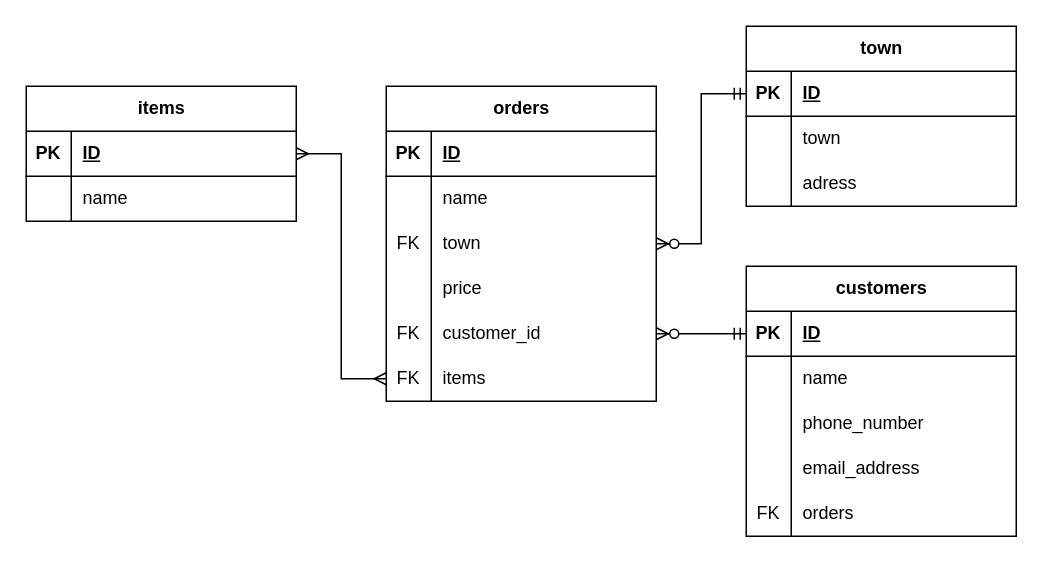
Above: Диаграмма для тестового задания.drawio in pytonuserouner/UML_study (draw.io), before the change. Source tidied: cells renumbered, new cells numbered last; positions are measured from the earlier drawing's top-left corner, leaving out a move shared by most shapes. Both pictures are drawn from the tidied source at 150%, with x=0, y=0 at pixel (26, 26).
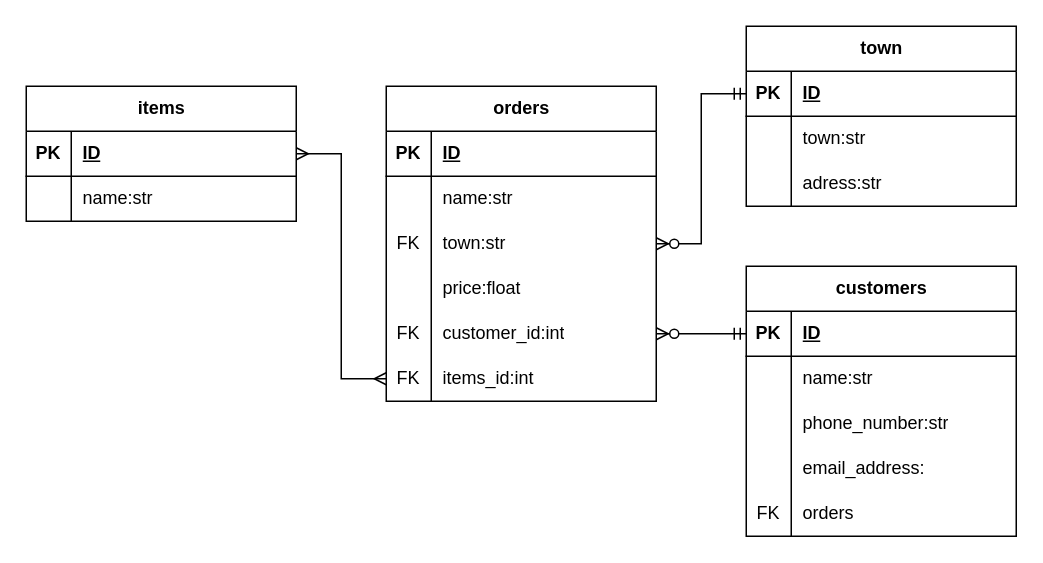
The same diagram, later.

Unchanged cells that the change refers to:
```xml
<mxCell id="7" style="shape=tableRow;horizontal=0;startSize=0;swimlaneHead=0;swimlaneBody=0;fillColor=none;top=0;left=0;right=0;bottom=0;" parent="3" vertex="1">
  <mxGeometry y="60" width="180" height="30" as="geometry" />
</mxCell>
<mxCell id="10" style="shape=tableRow;horizontal=0;startSize=0;swimlaneHead=0;swimlaneBody=0;fillColor=none;points=[[0,0.5],[1,0.5]];portConstraint=eastwest;top=0;left=0;right=0;bottom=0;" parent="3" vertex="1">
  <mxGeometry y="90" width="180" height="30" as="geometry" />
</mxCell>
<mxCell id="13" style="shape=tableRow;horizontal=0;startSize=0;swimlaneHead=0;swimlaneBody=0;fillColor=none;top=0;left=0;right=0;bottom=0;" parent="3" vertex="1">
  <mxGeometry y="120" width="180" height="30" as="geometry" />
</mxCell>
<mxCell id="16" style="shape=tableRow;horizontal=0;startSize=0;swimlaneHead=0;swimlaneBody=0;fillColor=none;points=[[0,0.5],[1,0.5]];portConstraint=eastwest;top=0;left=0;right=0;bottom=0;" parent="3" vertex="1">
  <mxGeometry y="150" width="180" height="30" as="geometry" />
</mxCell>
<mxCell id="19" style="shape=tableRow;horizontal=0;startSize=0;swimlaneHead=0;swimlaneBody=0;fillColor=none;points=[[0,0.5],[1,0.5]];portConstraint=eastwest;top=0;left=0;right=0;bottom=0;" parent="3" vertex="1">
  <mxGeometry y="180" width="180" height="30" as="geometry" />
</mxCell>
<mxCell id="26" style="shape=tableRow;horizontal=0;startSize=0;swimlaneHead=0;swimlaneBody=0;fillColor=none;top=0;left=0;right=0;bottom=0;" parent="22" vertex="1">
  <mxGeometry y="60" width="180" height="30" as="geometry" />
</mxCell>
<mxCell id="33" style="shape=tableRow;horizontal=0;startSize=0;swimlaneHead=0;swimlaneBody=0;fillColor=none;top=0;left=0;right=0;bottom=0;" parent="29" vertex="1">
  <mxGeometry y="60" width="180" height="30" as="geometry" />
</mxCell>
<mxCell id="36" style="shape=tableRow;horizontal=0;startSize=0;swimlaneHead=0;swimlaneBody=0;fillColor=none;top=0;left=0;right=0;bottom=0;" parent="29" vertex="1">
  <mxGeometry y="90" width="180" height="30" as="geometry" />
</mxCell>
<mxCell id="39" style="shape=tableRow;horizontal=0;startSize=0;swimlaneHead=0;swimlaneBody=0;fillColor=none;top=0;left=0;right=0;bottom=0;" parent="29" vertex="1">
  <mxGeometry y="120" width="180" height="30" as="geometry" />
</mxCell>
<mxCell id="49" style="shape=tableRow;horizontal=0;startSize=0;swimlaneHead=0;swimlaneBody=0;fillColor=none;top=0;left=0;right=0;bottom=0;" parent="45" vertex="1">
  <mxGeometry y="60" width="180" height="30" as="geometry" />
</mxCell>
<mxCell id="52" style="shape=tableRow;horizontal=0;startSize=0;swimlaneHead=0;swimlaneBody=0;fillColor=none;top=0;left=0;right=0;bottom=0;" parent="45" vertex="1">
  <mxGeometry y="90" width="180" height="30" as="geometry" />
</mxCell>
```

Change to the diagram source:
```diff
@@
-    <mxCell id="9" value="name" style="shape=partialRectangle;fillColor=none;top=0;left=0;bottom=0;right=0;align=left;spacingLeft=6;overflow=hidden;whiteSpace=wrap;html=1;" parent="7" vertex="1">
+    <mxCell id="9" value="name:str" style="shape=partialRectangle;fillColor=none;top=0;left=0;bottom=0;right=0;align=left;spacingLeft=6;overflow=hidden;whiteSpace=wrap;html=1;" parent="7" vertex="1">
       <mxGeometry x="30" width="150" height="30" as="geometry" />
     </mxCell>
@@
-    <mxCell id="12" value="town" style="shape=partialRectangle;fillColor=none;top=0;left=0;bottom=0;right=0;align=left;spacingLeft=6;overflow=hidden;whiteSpace=wrap;html=1;" parent="10" vertex="1">
+    <mxCell id="12" value="town:str" style="shape=partialRectangle;fillColor=none;top=0;left=0;bottom=0;right=0;align=left;spacingLeft=6;overflow=hidden;whiteSpace=wrap;html=1;" parent="10" vertex="1">
       <mxGeometry x="30" width="150" height="30" as="geometry" />
     </mxCell>
@@
-    <mxCell id="15" value="price" style="shape=partialRectangle;fillColor=none;top=0;left=0;bottom=0;right=0;align=left;spacingLeft=6;overflow=hidden;whiteSpace=wrap;html=1;" parent="13" vertex="1">
+    <mxCell id="15" value="price:float" style="shape=partialRectangle;fillColor=none;top=0;left=0;bottom=0;right=0;align=left;spacingLeft=6;overflow=hidden;whiteSpace=wrap;html=1;" parent="13" vertex="1">
       <mxGeometry x="30" width="150" height="30" as="geometry" />
     </mxCell>
@@
-    <mxCell id="18" value="customer_id" style="shape=partialRectangle;fillColor=none;top=0;left=0;bottom=0;right=0;align=left;spacingLeft=6;overflow=hidden;whiteSpace=wrap;html=1;" parent="16" vertex="1">
+    <mxCell id="18" value="customer_id:int" style="shape=partialRectangle;fillColor=none;top=0;left=0;bottom=0;right=0;align=left;spacingLeft=6;overflow=hidden;whiteSpace=wrap;html=1;" parent="16" vertex="1">
       <mxGeometry x="30" width="150" height="30" as="geometry" />
     </mxCell>
@@
-    <mxCell id="21" value="items" style="shape=partialRectangle;fillColor=none;top=0;left=0;bottom=0;right=0;align=left;spacingLeft=6;overflow=hidden;whiteSpace=wrap;html=1;" parent="19" vertex="1">
+    <mxCell id="21" value="items_id:int" style="shape=partialRectangle;fillColor=none;top=0;left=0;bottom=0;right=0;align=left;spacingLeft=6;overflow=hidden;whiteSpace=wrap;html=1;" parent="19" vertex="1">
       <mxGeometry x="30" width="150" height="30" as="geometry" />
     </mxCell>
@@
-    <mxCell id="28" value="name" style="shape=partialRectangle;fillColor=none;top=0;left=0;bottom=0;right=0;align=left;spacingLeft=6;overflow=hidden;whiteSpace=wrap;html=1;" parent="26" vertex="1">
+    <mxCell id="28" value="name:str" style="shape=partialRectangle;fillColor=none;top=0;left=0;bottom=0;right=0;align=left;spacingLeft=6;overflow=hidden;whiteSpace=wrap;html=1;" parent="26" vertex="1">
       <mxGeometry x="30" width="150" height="30" as="geometry" />
     </mxCell>
@@
-    <mxCell id="35" value="name" style="shape=partialRectangle;fillColor=none;top=0;left=0;bottom=0;right=0;align=left;spacingLeft=6;overflow=hidden;whiteSpace=wrap;html=1;" parent="33" vertex="1">
+    <mxCell id="35" value="name:str" style="shape=partialRectangle;fillColor=none;top=0;left=0;bottom=0;right=0;align=left;spacingLeft=6;overflow=hidden;whiteSpace=wrap;html=1;" parent="33" vertex="1">
       <mxGeometry x="30" width="150" height="30" as="geometry" />
     </mxCell>
@@
-    <mxCell id="38" value="&lt;span style=&quot;text-wrap-mode: nowrap;&quot;&gt;phone_number&lt;/span&gt;" style="shape=partialRectangle;fillColor=none;top=0;left=0;bottom=0;right=0;align=left;spacingLeft=6;overflow=hidden;whiteSpace=wrap;html=1;" parent="36" vertex="1">
+    <mxCell id="38" value="&lt;span style=&quot;text-wrap-mode: nowrap;&quot;&gt;phone_number:str&lt;/span&gt;" style="shape=partialRectangle;fillColor=none;top=0;left=0;bottom=0;right=0;align=left;spacingLeft=6;overflow=hidden;whiteSpace=wrap;html=1;" parent="36" vertex="1">
       <mxGeometry x="30" width="150" height="30" as="geometry" />
     </mxCell>
@@
-    <mxCell id="41" value="&lt;span style=&quot;text-wrap-mode: nowrap;&quot;&gt;email_address&lt;/span&gt;" style="shape=partialRectangle;fillColor=none;top=0;left=0;bottom=0;right=0;align=left;spacingLeft=6;overflow=hidden;whiteSpace=wrap;html=1;" parent="39" vertex="1">
+    <mxCell id="41" value="&lt;span style=&quot;text-wrap-mode: nowrap;&quot;&gt;email_address:&lt;/span&gt;" style="shape=partialRectangle;fillColor=none;top=0;left=0;bottom=0;right=0;align=left;spacingLeft=6;overflow=hidden;whiteSpace=wrap;html=1;" parent="39" vertex="1">
       <mxGeometry x="30" width="150" height="30" as="geometry" />
     </mxCell>
@@
-    <mxCell id="51" value="&lt;span style=&quot;text-wrap-mode: nowrap;&quot;&gt;town&lt;/span&gt;" style="shape=partialRectangle;fillColor=none;top=0;left=0;bottom=0;right=0;align=left;spacingLeft=6;overflow=hidden;whiteSpace=wrap;html=1;" parent="49" vertex="1">
+    <mxCell id="51" value="&lt;span style=&quot;text-wrap-mode: nowrap;&quot;&gt;town:str&lt;/span&gt;" style="shape=partialRectangle;fillColor=none;top=0;left=0;bottom=0;right=0;align=left;spacingLeft=6;overflow=hidden;whiteSpace=wrap;html=1;" parent="49" vertex="1">
       <mxGeometry x="30" width="150" height="30" as="geometry" />
     </mxCell>
@@
-    <mxCell id="54" value="&lt;span style=&quot;text-wrap-mode: nowrap;&quot;&gt;adress&lt;/span&gt;" style="shape=partialRectangle;fillColor=none;top=0;left=0;bottom=0;right=0;align=left;spacingLeft=6;overflow=hidden;whiteSpace=wrap;html=1;" parent="52" vertex="1">
+    <mxCell id="54" value="&lt;span style=&quot;text-wrap-mode: nowrap;&quot;&gt;adress:str&lt;/span&gt;" style="shape=partialRectangle;fillColor=none;top=0;left=0;bottom=0;right=0;align=left;spacingLeft=6;overflow=hidden;whiteSpace=wrap;html=1;" parent="52" vertex="1">
       <mxGeometry x="30" width="150" height="30" as="geometry" />
     </mxCell>
```
